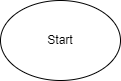
cse110-sp24-group35/cse110-sp24-group35 keeps this draw.io diagram as specs/system/calendar.drawio.png. Above is the earlier version. Source tidied: cells renumbered, new cells last; positions are measured from the earlier drawing's top-left corner, leaving out a move shared by most shapes.
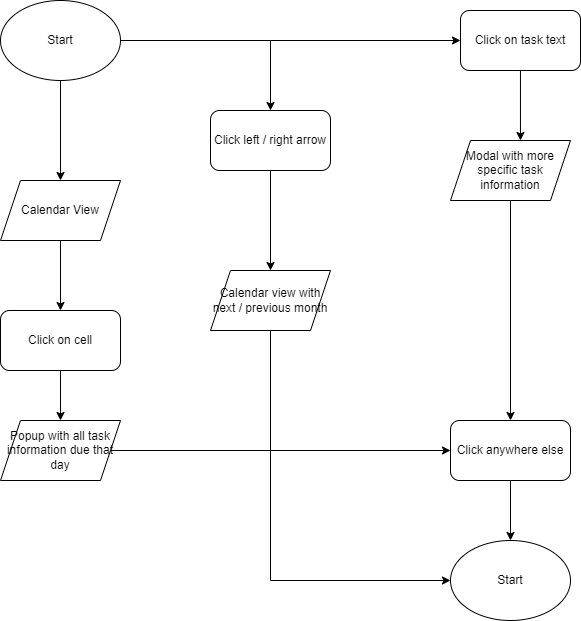
Later version of the same file.

Commit message:
System diagram

The edit, as a diff of the source:
```diff
@@ -2,8 +2,72 @@
   <root>
     <mxCell id="0" />
     <mxCell id="1" parent="0" />
+    <mxCell id="3" style="edgeStyle=orthogonalEdgeStyle;rounded=0;jettySize=auto;html=1;entryX=0.5;entryY=0;entryDx=0;entryDy=0;" parent="1" edge="1" source="2" target="7">
+      <mxGeometry relative="1" as="geometry" />
+    </mxCell>
+    <mxCell id="4" style="edgeStyle=orthogonalEdgeStyle;rounded=0;jettySize=auto;html=1;entryX=0.5;entryY=0;entryDx=0;entryDy=0;" parent="1" edge="1" source="2" target="9">
+      <mxGeometry relative="1" as="geometry" />
+    </mxCell>
+    <mxCell id="5" style="edgeStyle=orthogonalEdgeStyle;rounded=0;jettySize=auto;html=1;entryX=0;entryY=0.5;entryDx=0;entryDy=0;" parent="1" edge="1" source="2" target="16">
+      <mxGeometry relative="1" as="geometry" />
+    </mxCell>
     <mxCell id="2" value="Start" style="ellipse;whiteSpace=wrap;html=1;" parent="1" vertex="1">
       <mxGeometry width="120" height="80" as="geometry" />
     </mxCell>
+    <mxCell id="6" style="edgeStyle=orthogonalEdgeStyle;rounded=0;jettySize=auto;html=1;entryX=0.5;entryY=0;entryDx=0;entryDy=0;" parent="1" edge="1" source="7" target="13">
+      <mxGeometry relative="1" as="geometry" />
+    </mxCell>
+    <mxCell id="7" value="Calendar View" style="shape=parallelogram;perimeter=parallelogramPerimeter;whiteSpace=wrap;html=1;fixedSize=1;" parent="1" vertex="1">
+      <mxGeometry y="180" width="120" height="60" as="geometry" />
+    </mxCell>
+    <mxCell id="8" style="edgeStyle=orthogonalEdgeStyle;rounded=0;jettySize=auto;html=1;entryX=0.5;entryY=0;entryDx=0;entryDy=0;" parent="1" edge="1" source="9" target="11">
+      <mxGeometry relative="1" as="geometry" />
+    </mxCell>
+    <mxCell id="9" value="Click left / right arrow" style="rounded=1;whiteSpace=wrap;html=1;" parent="1" vertex="1">
+      <mxGeometry x="210" y="110" width="120" height="60" as="geometry" />
+    </mxCell>
+    <mxCell id="10" style="edgeStyle=orthogonalEdgeStyle;rounded=0;jettySize=auto;html=1;entryX=0;entryY=0.5;entryDx=0;entryDy=0;" parent="1" edge="1" source="11" target="22">
+      <mxGeometry relative="1" as="geometry">
+        <Array as="points">
+          <mxPoint x="270" y="580" />
+        </Array>
+      </mxGeometry>
+    </mxCell>
+    <mxCell id="11" value="Calendar view with next / previous month" style="shape=parallelogram;perimeter=parallelogramPerimeter;whiteSpace=wrap;html=1;fixedSize=1;" parent="1" vertex="1">
+      <mxGeometry x="210" y="270" width="120" height="60" as="geometry" />
+    </mxCell>
+    <mxCell id="12" style="edgeStyle=orthogonalEdgeStyle;rounded=0;jettySize=auto;html=1;entryX=0.5;entryY=0;entryDx=0;entryDy=0;" parent="1" edge="1" source="13" target="15">
+      <mxGeometry relative="1" as="geometry" />
+    </mxCell>
+    <mxCell id="13" value="Click on cell" style="rounded=1;whiteSpace=wrap;html=1;" parent="1" vertex="1">
+      <mxGeometry y="310" width="120" height="60" as="geometry" />
+    </mxCell>
+    <mxCell id="14" style="edgeStyle=orthogonalEdgeStyle;rounded=0;jettySize=auto;html=1;" parent="1" edge="1" source="15" target="21">
+      <mxGeometry relative="1" as="geometry" />
+    </mxCell>
+    <mxCell id="15" value="Popup with all task information due that day" style="shape=parallelogram;perimeter=parallelogramPerimeter;whiteSpace=wrap;html=1;fixedSize=1;" parent="1" vertex="1">
+      <mxGeometry y="420" width="120" height="60" as="geometry" />
+    </mxCell>
+    <mxCell id="16" value="Click on task text" style="rounded=1;whiteSpace=wrap;html=1;" parent="1" vertex="1">
+      <mxGeometry x="460" y="10" width="120" height="60" as="geometry" />
+    </mxCell>
+    <mxCell id="17" style="edgeStyle=orthogonalEdgeStyle;rounded=0;jettySize=auto;html=1;entryX=0.5;entryY=0;entryDx=0;entryDy=0;" parent="1" edge="1" source="18" target="21">
+      <mxGeometry relative="1" as="geometry" />
+    </mxCell>
+    <mxCell id="18" value="Modal with more specific task information" style="shape=parallelogram;perimeter=parallelogramPerimeter;whiteSpace=wrap;html=1;fixedSize=1;" parent="1" vertex="1">
+      <mxGeometry x="450" y="140" width="120" height="60" as="geometry" />
+    </mxCell>
+    <mxCell id="19" style="edgeStyle=orthogonalEdgeStyle;rounded=0;jettySize=auto;html=1;entryX=0.583;entryY=0;entryDx=0;entryDy=0;entryPerimeter=0;" parent="1" edge="1" source="16" target="18">
+      <mxGeometry relative="1" as="geometry" />
+    </mxCell>
+    <mxCell id="20" style="edgeStyle=orthogonalEdgeStyle;rounded=0;jettySize=auto;html=1;entryX=0.5;entryY=0;entryDx=0;entryDy=0;" parent="1" edge="1" source="21" target="22">
+      <mxGeometry relative="1" as="geometry" />
+    </mxCell>
+    <mxCell id="21" value="Click anywhere else" style="rounded=1;whiteSpace=wrap;html=1;" parent="1" vertex="1">
+      <mxGeometry x="450" y="420" width="120" height="60" as="geometry" />
+    </mxCell>
+    <mxCell id="22" value="Start" style="ellipse;whiteSpace=wrap;html=1;" parent="1" vertex="1">
+      <mxGeometry x="450" y="540" width="120" height="80" as="geometry" />
+    </mxCell>
   </root>
 </mxGraphModel>
```
